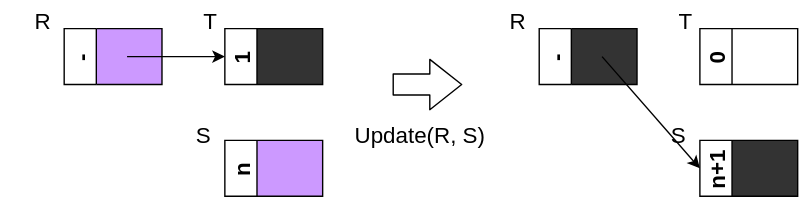
Earlier version of the draw.io export assets/img/lecture_materials/GarbageCollection/ch3/lins-update.drawio.svg (drop-stones/slides). Source tidied: cells renumbered, new cells last; positions are measured from the earlier drawing's top-left corner, leaving out a move shared by most shapes.
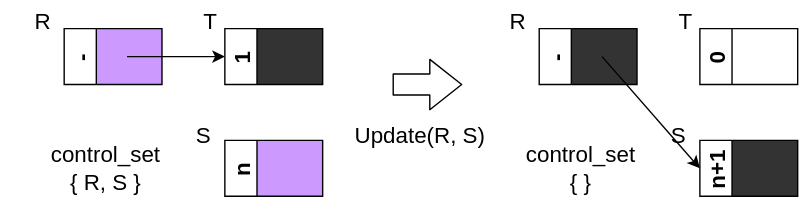
Above is the later version.

The edit, as a diff of the source:
```diff
@@ -57,5 +57,11 @@
     <mxCell id="17" value="&lt;span style=&quot;font-size: 16px&quot;&gt;T&lt;/span&gt;" style="text;html=1;strokeColor=none;fillColor=none;align=center;verticalAlign=middle;whiteSpace=wrap;rounded=0;" parent="1" vertex="1">
       <mxGeometry x="460" width="60" height="30" as="geometry" />
     </mxCell>
+    <mxCell id="18" value="&lt;font style=&quot;font-size: 16px&quot;&gt;control_set&lt;br&gt;{ R, S }&lt;br&gt;&lt;/font&gt;" style="text;html=1;strokeColor=none;fillColor=none;align=center;verticalAlign=middle;whiteSpace=wrap;rounded=0;" parent="1" vertex="1">
+      <mxGeometry x="45" y="105" width="60" height="30" as="geometry" />
+    </mxCell>
+    <mxCell id="19" value="&lt;font style=&quot;font-size: 16px&quot;&gt;control_set&lt;br&gt;{ }&lt;br&gt;&lt;/font&gt;" style="text;html=1;strokeColor=none;fillColor=none;align=center;verticalAlign=middle;whiteSpace=wrap;rounded=0;" parent="1" vertex="1">
+      <mxGeometry x="385" y="105" width="60" height="30" as="geometry" />
+    </mxCell>
   </root>
 </mxGraphModel>
```
